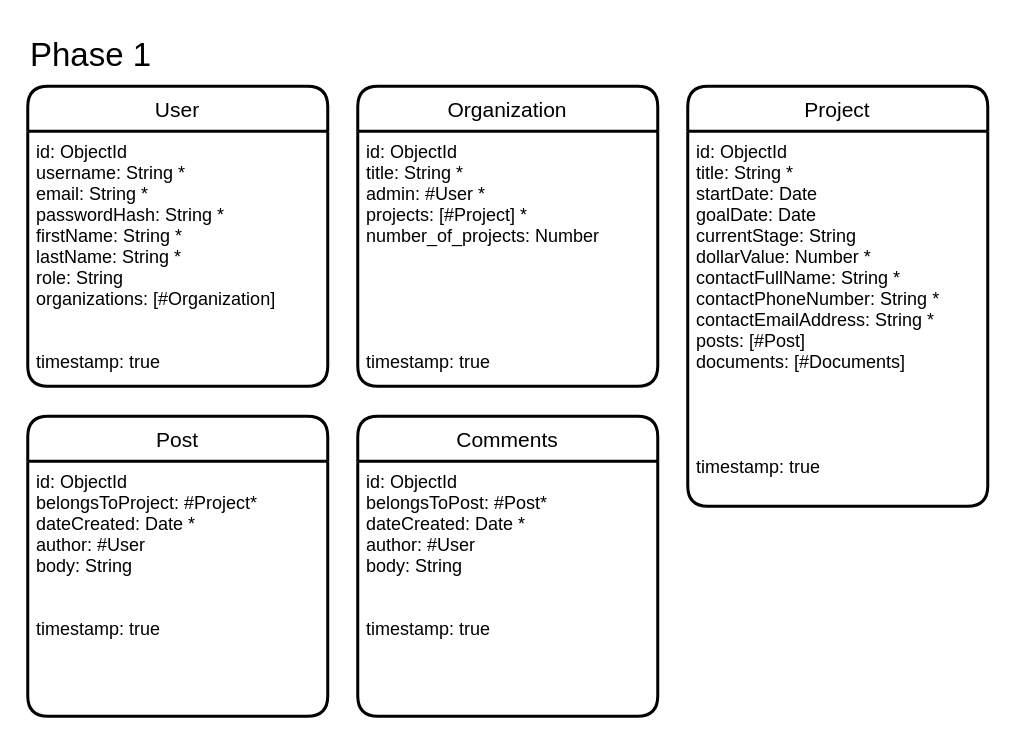
This is resources/database-model.drawio from jpcastanoweb/buggr, a draw.io file, before an edit. Source tidied: cells renumbered, new cells numbered last; positions are measured from the earlier drawing's top-left corner, leaving out a move shared by most shapes. Both pictures are drawn from the tidied source at 150%, with x=0, y=0 at pixel (27, 26).
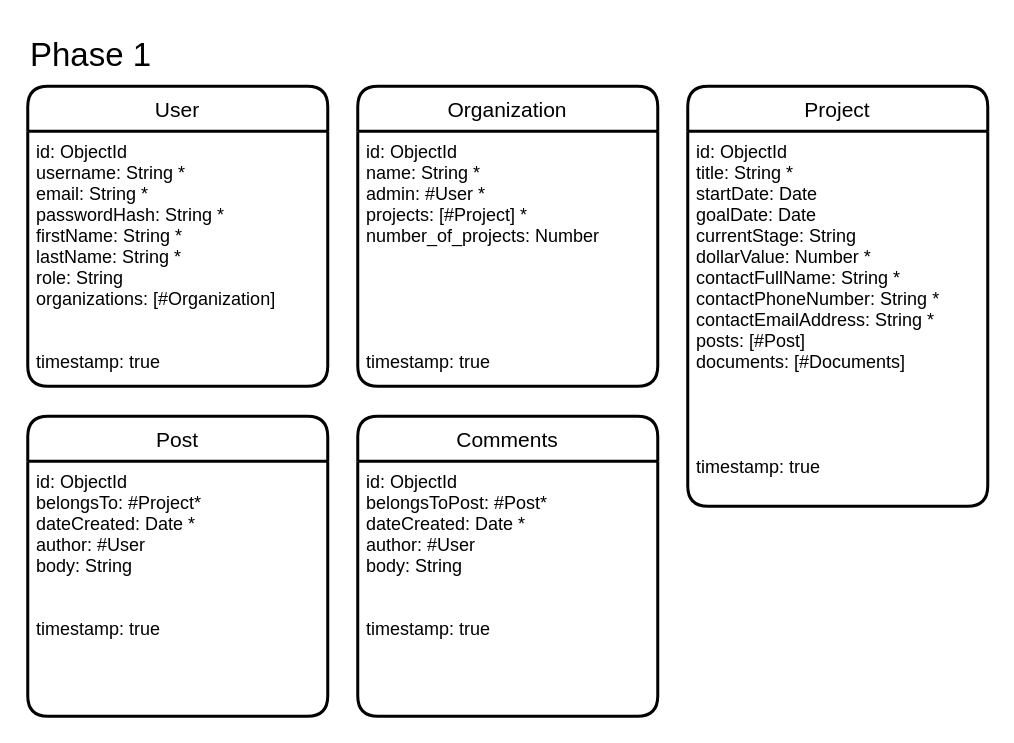
The same diagram, later.

What changed in the source:
```diff
@@
 <mxGraphModel>
   <root>
     <mxCell id="0" />
     <mxCell id="1" parent="0" />
     <mxCell id="2" value="&lt;font style=&quot;font-size: 22px&quot;&gt;Phase 1&lt;/font&gt;" style="text;html=1;strokeColor=none;fillColor=none;align=left;verticalAlign=middle;whiteSpace=wrap;rounded=0;" parent="1" vertex="1">
       <mxGeometry width="150" height="40" as="geometry" />
     </mxCell>
     <mxCell id="3" value="User" style="swimlane;horizontal=1;startSize=30;rounded=1;fontSize=14;fontStyle=0;strokeWidth=2;shadow=0;dashed=0;align=center;" parent="1" vertex="1">
       <mxGeometry y="40" width="200" height="200" as="geometry" />
     </mxCell>
     <mxCell id="4" value="id: ObjectId&#10;username: String *&#10;email: String *&#10;passwordHash: String *&#10;firstName: String *&#10;lastName: String *&#10;role: String&#10;organizations: [#Organization]&#10;&#10;&#10;timestamp: true" style="align=left;strokeColor=none;fillColor=none;spacingLeft=4;fontSize=12;verticalAlign=top;" parent="3" vertex="1">
       <mxGeometry y="30" width="200" height="170" as="geometry" />
     </mxCell>
     <mxCell id="5" value="Organization" style="swimlane;horizontal=1;startSize=30;rounded=1;fontSize=14;fontStyle=0;strokeWidth=2;shadow=0;dashed=0;align=center;" parent="1" vertex="1">
       <mxGeometry x="220" y="40" width="200" height="200" as="geometry" />
     </mxCell>
-    <mxCell id="6" value="id: ObjectId&#10;title: String *&#10;admin: #User *&#10;projects: [#Project] *&#10;number_of_projects: Number&#10;&#10;&#10;&#10;&#10;&#10;timestamp: true" style="align=left;strokeColor=none;fillColor=none;spacingLeft=4;fontSize=12;verticalAlign=top;" parent="5" vertex="1">
+    <mxCell id="6" value="id: ObjectId&#10;name: String *&#10;admin: #User *&#10;projects: [#Project] *&#10;number_of_projects: Number&#10;&#10;&#10;&#10;&#10;&#10;timestamp: true" style="align=left;strokeColor=none;fillColor=none;spacingLeft=4;fontSize=12;verticalAlign=top;" parent="5" vertex="1">
       <mxGeometry y="30" width="200" height="170" as="geometry" />
     </mxCell>
     <mxCell id="7" value="Project" style="swimlane;horizontal=1;startSize=30;rounded=1;fontSize=14;fontStyle=0;strokeWidth=2;shadow=0;dashed=0;align=center;" parent="1" vertex="1">
       <mxGeometry x="440" y="40" width="200" height="280" as="geometry" />
     </mxCell>
     <mxCell id="8" value="id: ObjectId&#10;title: String *&#10;startDate: Date&#10;goalDate: Date&#10;currentStage: String&#10;dollarValue: Number *&#10;contactFullName: String *&#10;contactPhoneNumber: String *&#10;contactEmailAddress: String *&#10;posts: [#Post]&#10;documents: [#Documents]&#10;&#10;&#10;&#10;&#10;timestamp: true" style="align=left;strokeColor=none;fillColor=none;spacingLeft=4;fontSize=12;verticalAlign=top;" parent="7" vertex="1">
       <mxGeometry y="30" width="200" height="250" as="geometry" />
     </mxCell>
     <mxCell id="9" value="Post" style="swimlane;horizontal=1;startSize=30;rounded=1;fontSize=14;fontStyle=0;strokeWidth=2;shadow=0;dashed=0;align=center;" parent="1" vertex="1">
       <mxGeometry y="260" width="200" height="200" as="geometry" />
     </mxCell>
-    <mxCell id="10" value="id: ObjectId&#10;belongsToProject: #Project*&#10;dateCreated: Date *&#10;author: #User&#10;body: String&#10;&#10;&#10;timestamp: true" style="align=left;strokeColor=none;fillColor=none;spacingLeft=4;fontSize=12;verticalAlign=top;" parent="9" vertex="1">
+    <mxCell id="10" value="id: ObjectId&#10;belongsTo: #Project*&#10;dateCreated: Date *&#10;author: #User&#10;body: String&#10;&#10;&#10;timestamp: true" style="align=left;strokeColor=none;fillColor=none;spacingLeft=4;fontSize=12;verticalAlign=top;" parent="9" vertex="1">
       <mxGeometry y="30" width="200" height="170" as="geometry" />
     </mxCell>
     <mxCell id="11" value="Comments" style="swimlane;horizontal=1;startSize=30;rounded=1;fontSize=14;fontStyle=0;strokeWidth=2;shadow=0;dashed=0;align=center;" parent="1" vertex="1">
       <mxGeometry x="220" y="260" width="200" height="200" as="geometry" />
     </mxCell>
     <mxCell id="12" value="id: ObjectId&#10;belongsToPost: #Post*&#10;dateCreated: Date *&#10;author: #User&#10;body: String&#10;&#10;&#10;timestamp: true" style="align=left;strokeColor=none;fillColor=none;spacingLeft=4;fontSize=12;verticalAlign=top;" parent="11" vertex="1">
       <mxGeometry y="30" width="200" height="170" as="geometry" />
     </mxCell>
   </root>
 </mxGraphModel>
```
